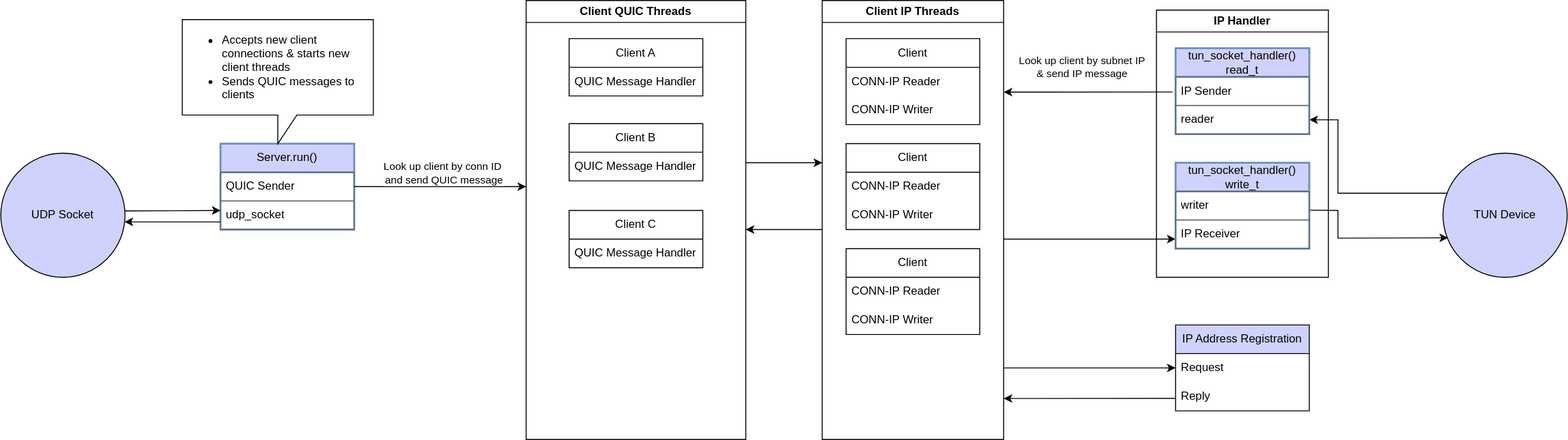
This is doc/wiki/server_full_light.svg from ErikBcd/masquerade, a draw.io export, as it was before one commit. Source tidied: cells renumbered, new cells last; positions are measured from the earlier drawing's top-left corner, leaving out a move shared by most shapes.
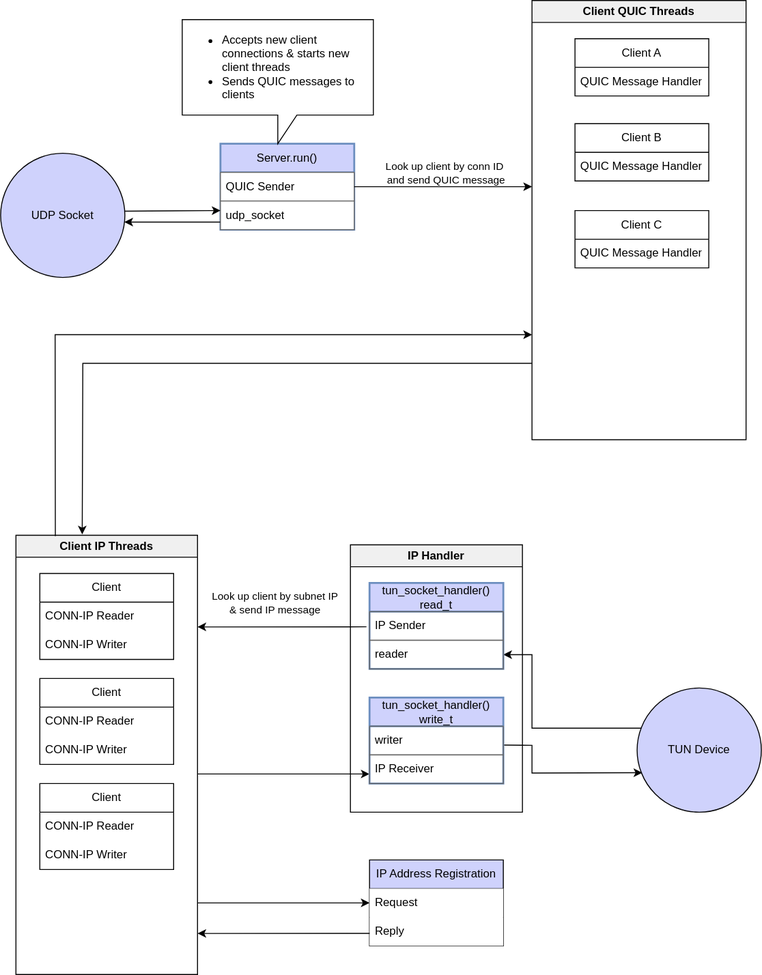
The same diagram one commit later.

Commit message:
(doc) better visibility for server

Diff of the diagram source:
```diff
@@ -6,15 +6,15 @@
       <mxGeometry y="160" width="130" height="130" as="geometry" />
     </mxCell>
     <mxCell id="3" value="TUN Device" style="ellipse;whiteSpace=wrap;html=1;fillColor=#CFD2FC;" parent="1" vertex="1">
-      <mxGeometry x="1510" y="160" width="130" height="130" as="geometry" />
+      <mxGeometry x="666" y="720" width="130" height="130" as="geometry" />
     </mxCell>
     <mxCell id="4" value="Server.run()" style="swimlane;fontStyle=0;horizontal=1;startSize=30;whiteSpace=wrap;html=1;fillColor=#CFD2FC;strokeColor=#6c8ebf;rounded=0;glass=0;strokeWidth=2;" parent="1" vertex="1">
       <mxGeometry x="230" y="150" width="140" height="90" as="geometry" />
     </mxCell>
-    <mxCell id="5" value="QUIC Sender" style="text;strokeColor=#666666;fillColor=none;align=left;verticalAlign=middle;spacingLeft=4;spacingRight=4;overflow=hidden;points=[[0,0.5],[1,0.5]];portConstraint=eastwest;whiteSpace=wrap;html=1;strokeWidth=1;" parent="4" vertex="1">
+    <mxCell id="5" value="QUIC Sender" style="text;strokeColor=#666666;fillColor=default;align=left;verticalAlign=middle;spacingLeft=4;spacingRight=4;overflow=hidden;points=[[0,0.5],[1,0.5]];portConstraint=eastwest;whiteSpace=wrap;html=1;strokeWidth=1;" parent="4" vertex="1">
       <mxGeometry y="30" width="140" height="30" as="geometry" />
     </mxCell>
-    <mxCell id="6" value="udp_socket" style="text;strokeColor=#666666;fillColor=none;align=left;verticalAlign=middle;spacingLeft=4;spacingRight=4;overflow=hidden;points=[[0,0.5],[1,0.5]];portConstraint=eastwest;whiteSpace=wrap;html=1;strokeWidth=1;" parent="4" vertex="1">
+    <mxCell id="6" value="udp_socket" style="text;strokeColor=#666666;fillColor=default;align=left;verticalAlign=middle;spacingLeft=4;spacingRight=4;overflow=hidden;points=[[0,0.5],[1,0.5]];portConstraint=eastwest;whiteSpace=wrap;html=1;strokeWidth=1;" parent="4" vertex="1">
       <mxGeometry y="60" width="140" height="30" as="geometry" />
     </mxCell>
     <mxCell id="7" style="endArrow=classic;html=1;rounded=0;exitX=0.997;exitY=0.466;exitDx=0;exitDy=0;exitPerimeter=0;entryX=0;entryY=0.333;entryDx=0;entryDy=0;entryPerimeter=0;" parent="1" edge="1" source="2" target="6">
@@ -26,21 +26,21 @@
     <mxCell id="9" style="endArrow=classic;html=1;rounded=0;exitX=1.003;exitY=0.657;exitDx=0;exitDy=0;exitPerimeter=0;entryX=0.041;entryY=0.682;entryDx=0;entryDy=0;entryPerimeter=0;" parent="1" edge="1" source="29" target="3">
       <mxGeometry relative="1" as="geometry">
         <Array as="points">
-          <mxPoint x="1400" y="220" />
-          <mxPoint x="1400" y="249" />
+          <mxPoint x="556" y="780" />
+          <mxPoint x="556" y="809" />
         </Array>
       </mxGeometry>
     </mxCell>
     <mxCell id="10" style="endArrow=none;html=1;rounded=0;exitX=1;exitY=0.5;exitDx=0;exitDy=0;startArrow=classic;startFill=1;endFill=0;entryX=0.033;entryY=0.323;entryDx=0;entryDy=0;entryPerimeter=0;" parent="1" edge="1" source="27" target="3">
       <mxGeometry relative="1" as="geometry">
         <Array as="points">
-          <mxPoint x="1400" y="125" />
-          <mxPoint x="1400" y="202" />
+          <mxPoint x="556" y="685" />
+          <mxPoint x="556" y="762" />
         </Array>
       </mxGeometry>
     </mxCell>
-    <mxCell id="11" value="Client QUIC Threads" style="swimlane;whiteSpace=wrap;html=1;" parent="1" vertex="1">
-      <mxGeometry x="550" width="230" height="460" as="geometry" />
+    <mxCell id="11" value="Client QUIC Threads" style="swimlane;whiteSpace=wrap;html=1;fillColor=#F0F0F0;fillStyle=solid;" parent="1" vertex="1">
+      <mxGeometry x="556" width="224" height="460" as="geometry" />
     </mxCell>
     <mxCell id="12" value="Client A" style="swimlane;fontStyle=0;horizontal=1;startSize=30;whiteSpace=wrap;html=1;" parent="11" vertex="1">
       <mxGeometry x="45" y="40" width="140" height="60" as="geometry" />
@@ -62,7 +62,7 @@
     </mxCell>
     <mxCell id="18" style="endArrow=classic;html=1;rounded=0;exitX=-0.023;exitY=0.529;exitDx=0;exitDy=0;exitPerimeter=0;" parent="1" edge="1" source="26">
       <mxGeometry relative="1" as="geometry">
-        <mxPoint x="1050" y="96" as="targetPoint" />
+        <mxPoint x="206" y="656" as="targetPoint" />
       </mxGeometry>
     </mxCell>
     <mxCell id="19" value="Look up client by subnet IP&lt;div&gt;&amp;amp; send IP message&lt;/div&gt;" style="edgeLabel;html=1;align=center;verticalAlign=middle;" parent="18" vertex="1">
@@ -72,12 +72,12 @@
     </mxCell>
     <mxCell id="20" style="endArrow=classic;html=1;rounded=0;entryX=0;entryY=0.667;entryDx=0;entryDy=0;entryPerimeter=0;" parent="1" edge="1" target="30">
       <mxGeometry relative="1" as="geometry">
-        <mxPoint x="1050" y="250" as="sourcePoint" />
+        <mxPoint x="206" y="810" as="sourcePoint" />
       </mxGeometry>
     </mxCell>
     <mxCell id="21" style="endArrow=classic;html=1;rounded=0;exitX=1;exitY=0.5;exitDx=0;exitDy=0;" parent="1" edge="1" source="5">
       <mxGeometry relative="1" as="geometry">
-        <mxPoint x="550" y="195" as="targetPoint" />
+        <mxPoint x="556" y="195" as="targetPoint" />
       </mxGeometry>
     </mxCell>
     <mxCell id="22" value="Look up client by conn ID&amp;nbsp;&lt;div&gt;and send QUIC message&lt;/div&gt;" style="edgeLabel;html=1;align=center;verticalAlign=middle;" parent="21" vertex="1">
@@ -88,8 +88,8 @@
     <mxCell id="23" value="&lt;div&gt;&lt;ul&gt;&lt;li&gt;Accepts new client connections &amp;amp; starts new client threads&lt;/li&gt;&lt;li&gt;Sends QUIC messages to clients&lt;/li&gt;&lt;/ul&gt;&lt;/div&gt;" style="shape=callout;whiteSpace=wrap;html=1;perimeter=calloutPerimeter;align=left;" parent="1" vertex="1">
       <mxGeometry x="190" y="20" width="200" height="130" as="geometry" />
     </mxCell>
-    <mxCell id="24" value="IP Handler" style="swimlane;whiteSpace=wrap;html=1;" parent="1" vertex="1">
-      <mxGeometry x="1210" y="10" width="180" height="280" as="geometry" />
+    <mxCell id="24" value="IP Handler" style="swimlane;whiteSpace=wrap;html=1;fillColor=#F0F0F0;fillStyle=solid;" parent="1" vertex="1">
+      <mxGeometry x="366" y="570" width="180" height="280" as="geometry" />
     </mxCell>
     <mxCell id="25" value="tun_socket_handler()&lt;div&gt;read_t&lt;/div&gt;" style="swimlane;fontStyle=0;horizontal=1;startSize=30;whiteSpace=wrap;html=1;fillColor=#CFD2FC;strokeColor=#6c8ebf;rounded=0;glass=0;strokeWidth=2;" parent="24" vertex="1">
       <mxGeometry x="20" y="40" width="140" height="90" as="geometry" />
@@ -110,26 +110,26 @@
       <mxGeometry y="60" width="140" height="30" as="geometry" />
     </mxCell>
     <mxCell id="31" value="IP Address Registration" style="swimlane;fontStyle=0;horizontal=1;startSize=30;whiteSpace=wrap;html=1;fillColor=#CFD2FC;" parent="1" vertex="1">
-      <mxGeometry x="1230" y="340" width="140" height="90" as="geometry" />
+      <mxGeometry x="386" y="900" width="140" height="90" as="geometry" />
     </mxCell>
-    <mxCell id="32" value="Request" style="text;strokeColor=none;fillColor=none;align=left;verticalAlign=middle;spacingLeft=4;spacingRight=4;overflow=hidden;points=[[0,0.5],[1,0.5]];portConstraint=eastwest;whiteSpace=wrap;html=1;" parent="31" vertex="1">
+    <mxCell id="32" value="Request" style="text;strokeColor=none;fillColor=default;align=left;verticalAlign=middle;spacingLeft=4;spacingRight=4;overflow=hidden;points=[[0,0.5],[1,0.5]];portConstraint=eastwest;whiteSpace=wrap;html=1;" parent="31" vertex="1">
       <mxGeometry y="30" width="140" height="30" as="geometry" />
     </mxCell>
-    <mxCell id="33" value="Reply" style="text;strokeColor=none;fillColor=none;align=left;verticalAlign=middle;spacingLeft=4;spacingRight=4;overflow=hidden;points=[[0,0.5],[1,0.5]];portConstraint=eastwest;whiteSpace=wrap;html=1;" parent="31" vertex="1">
+    <mxCell id="33" value="Reply" style="text;strokeColor=none;fillColor=default;align=left;verticalAlign=middle;spacingLeft=4;spacingRight=4;overflow=hidden;points=[[0,0.5],[1,0.5]];portConstraint=eastwest;whiteSpace=wrap;html=1;" parent="31" vertex="1">
       <mxGeometry y="60" width="140" height="30" as="geometry" />
     </mxCell>
     <mxCell id="34" style="endArrow=classic;html=1;rounded=0;entryX=0;entryY=0.5;entryDx=0;entryDy=0;" parent="1" edge="1" target="32">
       <mxGeometry relative="1" as="geometry">
-        <mxPoint x="1050" y="385" as="sourcePoint" />
+        <mxPoint x="206" y="945" as="sourcePoint" />
       </mxGeometry>
     </mxCell>
     <mxCell id="35" style="endArrow=classic;html=1;rounded=0;exitX=0.001;exitY=0.563;exitDx=0;exitDy=0;exitPerimeter=0;" parent="1" edge="1" source="33">
       <mxGeometry relative="1" as="geometry">
-        <mxPoint x="1050" y="417" as="targetPoint" />
+        <mxPoint x="206" y="977" as="targetPoint" />
       </mxGeometry>
     </mxCell>
-    <mxCell id="36" value="Client IP Threads" style="swimlane;whiteSpace=wrap;html=1;" parent="1" vertex="1">
-      <mxGeometry x="860" width="190" height="460" as="geometry" />
+    <mxCell id="36" value="Client IP Threads" style="swimlane;whiteSpace=wrap;html=1;fillColor=#F0F0F0;fillStyle=solid;" parent="1" vertex="1">
+      <mxGeometry x="16" y="560" width="190" height="460" as="geometry" />
     </mxCell>
     <mxCell id="37" value="Client" style="swimlane;fontStyle=0;horizontal=1;startSize=30;whiteSpace=wrap;html=1;" parent="36" vertex="1">
       <mxGeometry x="25" y="40" width="140" height="90" as="geometry" />
@@ -158,17 +158,21 @@
     <mxCell id="45" value="CONN-IP Writer" style="text;strokeColor=none;fillColor=none;align=left;verticalAlign=middle;spacingLeft=4;spacingRight=4;overflow=hidden;whiteSpace=wrap;html=1;" parent="43" vertex="1">
       <mxGeometry y="60" width="140" height="30" as="geometry" />
     </mxCell>
-    <mxCell id="46" style="endArrow=classic;html=1;rounded=0;" parent="1" edge="1">
-      <mxGeometry relative="1" as="geometry">
-        <mxPoint x="780" y="170" as="sourcePoint" />
-        <mxPoint x="860" y="170" as="targetPoint" />
-      </mxGeometry>
-    </mxCell>
-    <mxCell id="47" style="endArrow=classic;html=1;rounded=0;" parent="1" edge="1">
-      <mxGeometry relative="1" as="geometry">
-        <mxPoint x="860" y="240" as="sourcePoint" />
-        <mxPoint x="780" y="240" as="targetPoint" />
-      </mxGeometry>
-    </mxCell>
+    <mxCell id="48" style="endArrow=classic;html=1;rounded=0;exitX=0.217;exitY=0.002;exitDx=0;exitDy=0;exitPerimeter=0;" parent="1" edge="1" source="36">
+      <mxGeometry relative="1" as="geometry">
+        <mxPoint x="556" y="350" as="targetPoint" />
+        <Array as="points">
+          <mxPoint x="57" y="350" />
+        </Array>
+      </mxGeometry>
+    </mxCell>
+    <mxCell id="49" style="endArrow=classic;html=1;rounded=0;entryX=0.365;entryY=-0.002;entryDx=0;entryDy=0;entryPerimeter=0;" parent="1" edge="1" target="36">
+      <mxGeometry relative="1" as="geometry">
+        <mxPoint x="556" y="380" as="sourcePoint" />
+        <Array as="points">
+          <mxPoint x="86" y="380" />
+        </Array>
+      </mxGeometry>
+    </mxCell>
   </root>
 </mxGraphModel>
```
